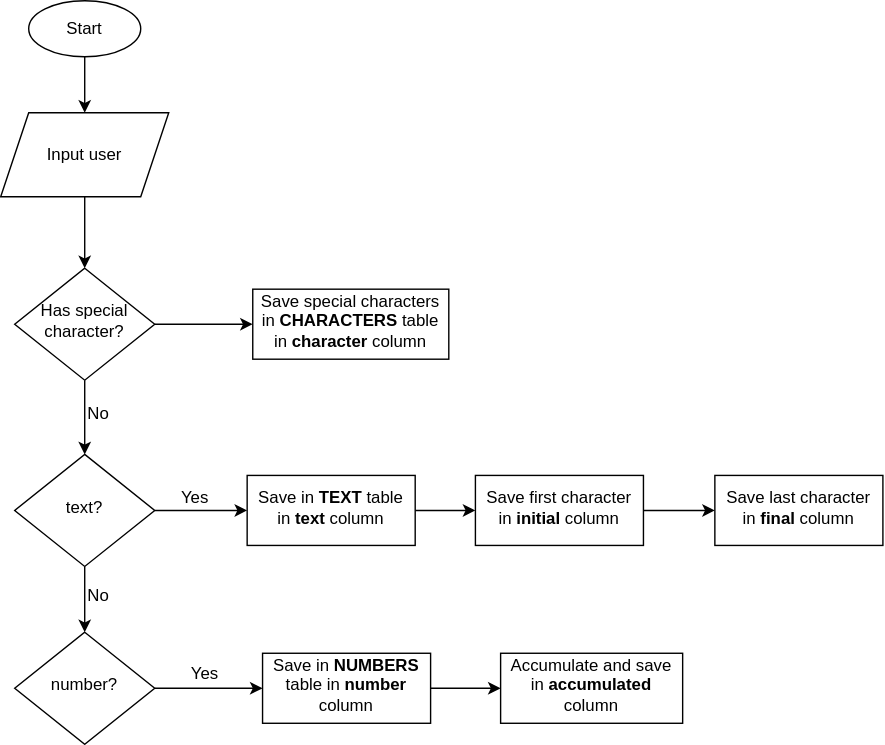
The draw.io diagram apalabrados_flowchart.drawio.svg in isabelyb/apalabrados, before a commit. Source tidied: cells renumbered, new cells last; positions are measured from the earlier drawing's top-left corner, leaving out a move shared by most shapes.
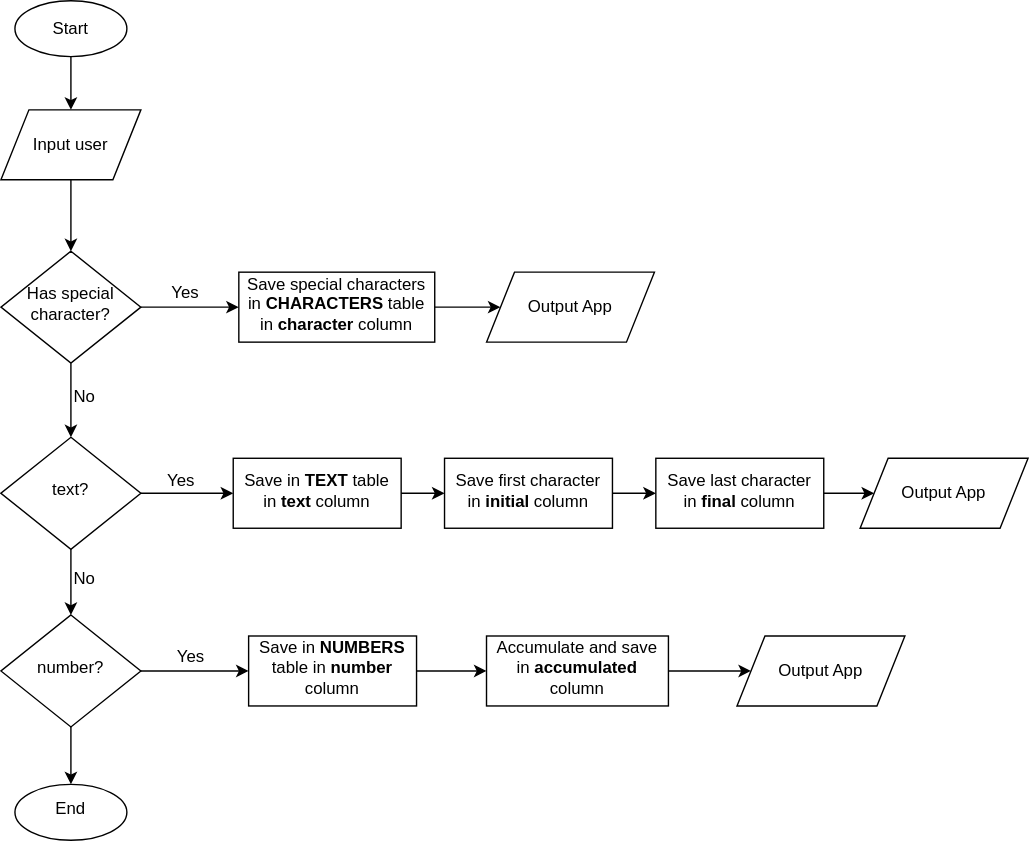
Above is the later version.

Change to the diagram source:
```diff
@@ -2,76 +2,88 @@
   <root>
     <mxCell id="0" />
     <mxCell id="1" parent="0" />
-    <mxCell id="2" style="edgeStyle=orthogonalEdgeStyle;rounded=0;jettySize=auto;html=1;" parent="1" edge="1" source="4" target="11">
-      <mxGeometry relative="1" as="geometry" />
-    </mxCell>
-    <mxCell id="3" style="edgeStyle=orthogonalEdgeStyle;rounded=0;jettySize=auto;html=1;" parent="1" edge="1" source="4" target="26">
-      <mxGeometry relative="1" as="geometry" />
-    </mxCell>
+    <mxCell id="27" value="Output App" style="shape=parallelogram;perimeter=parallelogramPerimeter;whiteSpace=wrap;html=1;fixedSize=1;" parent="1" vertex="1">
+      <mxGeometry x="624" y="339" width="120" height="50" as="geometry" />
+    </mxCell>
+    <mxCell id="28" style="edgeStyle=elbowEdgeStyle;rounded=0;jettySize=auto;html=1;" parent="1" edge="1" source="18" target="27">
+      <mxGeometry relative="1" as="geometry" />
+    </mxCell>
+    <mxCell id="29" value="End" style="ellipse;whiteSpace=wrap;html=1;shadow=0;strokeWidth=1;spacing=6;spacingTop=-4;" parent="1" vertex="1">
+      <mxGeometry x="20" y="572" width="80" height="40" as="geometry" />
+    </mxCell>
     <mxCell id="4" value="&lt;span&gt;Has special character?&lt;/span&gt;" style="rhombus;whiteSpace=wrap;html=1;shadow=0;fontFamily=Helvetica;fontSize=12;align=center;strokeWidth=1;spacing=6;spacingTop=-4;" parent="1" vertex="1">
       <mxGeometry x="10" y="191" width="100" height="80" as="geometry" />
     </mxCell>
     <mxCell id="5" style="edgeStyle=orthogonalEdgeStyle;rounded=0;jettySize=auto;html=1;" parent="1" edge="1" source="6" target="4">
-      <mxGeometry relative="1" as="geometry" />
+      <mxGeometry x="42" y="37" as="geometry" />
     </mxCell>
     <mxCell id="6" value="Input user" style="shape=parallelogram;perimeter=parallelogramPerimeter;whiteSpace=wrap;html=1;fixedSize=1;" parent="1" vertex="1">
-      <mxGeometry y="80" width="120" height="60" as="geometry" />
+      <mxGeometry x="10" y="90" width="100" height="50" as="geometry" />
     </mxCell>
     <mxCell id="7" style="edgeStyle=orthogonalEdgeStyle;rounded=0;jettySize=auto;html=1;" parent="1" edge="1" source="8" target="6">
-      <mxGeometry relative="1" as="geometry" />
+      <mxGeometry x="42" y="37" as="geometry" />
     </mxCell>
     <mxCell id="8" value="Start" style="ellipse;whiteSpace=wrap;html=1;" parent="1" vertex="1">
-      <mxGeometry x="20" width="80" height="40" as="geometry" />
+      <mxGeometry x="20" y="12" width="80" height="40" as="geometry" />
     </mxCell>
-    <mxCell id="9" style="edgeStyle=orthogonalEdgeStyle;rounded=0;jettySize=auto;html=1;" parent="1" edge="1" source="11" target="14">
-      <mxGeometry relative="1" as="geometry" />
-    </mxCell>
     <mxCell id="10" style="edgeStyle=orthogonalEdgeStyle;rounded=0;jettySize=auto;html=1;" parent="1" edge="1" source="11">
-      <mxGeometry relative="1" as="geometry">
+      <mxGeometry x="42" y="37" as="geometry">
         <mxPoint x="60" y="451" as="targetPoint" />
       </mxGeometry>
     </mxCell>
     <mxCell id="11" value="text?" style="rhombus;whiteSpace=wrap;html=1;shadow=0;fontFamily=Helvetica;fontSize=12;align=center;strokeWidth=1;spacing=6;spacingTop=-4;" parent="1" vertex="1">
       <mxGeometry x="10" y="324" width="100" height="80" as="geometry" />
     </mxCell>
+    <mxCell id="2" style="edgeStyle=orthogonalEdgeStyle;rounded=0;jettySize=auto;html=1;" parent="1" edge="1" source="4" target="11">
+      <mxGeometry x="42" y="37" as="geometry" />
+    </mxCell>
     <mxCell id="12" value="No" style="text;html=1;strokeColor=none;fillColor=none;align=center;verticalAlign=middle;whiteSpace=wrap;rounded=0;" parent="1" vertex="1">
       <mxGeometry x="40" y="280" width="60" height="30" as="geometry" />
     </mxCell>
+    <mxCell id="14" value="Save in &lt;b&gt;TEXT&lt;/b&gt;&amp;nbsp;table in &lt;b&gt;text&lt;/b&gt; column" style="whiteSpace=wrap;html=1;shadow=0;strokeWidth=1;spacing=6;spacingTop=-4;" parent="1" vertex="1">
+      <mxGeometry x="176" y="339" width="120" height="50" as="geometry" />
+    </mxCell>
+    <mxCell id="9" style="edgeStyle=orthogonalEdgeStyle;rounded=0;jettySize=auto;html=1;" parent="1" edge="1" source="11" target="14">
+      <mxGeometry x="42" y="37" as="geometry" />
+    </mxCell>
+    <mxCell id="15" value="Yes" style="text;html=1;strokeColor=none;fillColor=none;align=center;verticalAlign=middle;whiteSpace=wrap;rounded=0;" parent="1" vertex="1">
+      <mxGeometry x="109" y="340" width="60" height="30" as="geometry" />
+    </mxCell>
+    <mxCell id="17" value="Save first character in &lt;b&gt;initial&lt;/b&gt; column" style="whiteSpace=wrap;html=1;shadow=0;strokeWidth=1;spacing=6;spacingTop=-4;" parent="1" vertex="1">
+      <mxGeometry x="327" y="339" width="120" height="50" as="geometry" />
+    </mxCell>
     <mxCell id="13" style="edgeStyle=orthogonalEdgeStyle;rounded=0;jettySize=auto;html=1;" parent="1" edge="1" source="14" target="17">
-      <mxGeometry relative="1" as="geometry" />
+      <mxGeometry x="42" y="37" as="geometry" />
     </mxCell>
-    <mxCell id="14" value="Save in &lt;b&gt;TEXT&lt;/b&gt;&amp;nbsp;table in &lt;b&gt;text&lt;/b&gt; column" style="whiteSpace=wrap;html=1;shadow=0;strokeWidth=1;spacing=6;spacingTop=-4;" parent="1" vertex="1">
-      <mxGeometry x="176" y="339" width="120" height="50" as="geometry" />
-    </mxCell>
-    <mxCell id="15" value="Yes" style="text;html=1;strokeColor=none;fillColor=none;align=center;verticalAlign=middle;whiteSpace=wrap;rounded=0;" parent="1" vertex="1">
-      <mxGeometry x="109" y="340" width="60" height="30" as="geometry" />
-    </mxCell>
+    <mxCell id="18" value="Save last character in &lt;b&gt;final&lt;/b&gt; column" style="whiteSpace=wrap;html=1;shadow=0;strokeWidth=1;spacing=6;spacingTop=-4;" parent="1" vertex="1">
+      <mxGeometry x="478" y="339" width="120" height="50" as="geometry" />
+    </mxCell>
     <mxCell id="16" style="edgeStyle=orthogonalEdgeStyle;rounded=0;jettySize=auto;html=1;" parent="1" edge="1" source="17" target="18">
-      <mxGeometry relative="1" as="geometry" />
+      <mxGeometry x="42" y="37" as="geometry" />
     </mxCell>
-    <mxCell id="17" value="Save first character in &lt;b&gt;initial&lt;/b&gt; column" style="whiteSpace=wrap;html=1;shadow=0;strokeWidth=1;spacing=6;spacingTop=-4;" parent="1" vertex="1">
-      <mxGeometry x="339" y="339" width="120" height="50" as="geometry" />
-    </mxCell>
-    <mxCell id="18" value="Save last character in &lt;b&gt;final&lt;/b&gt; column" style="whiteSpace=wrap;html=1;shadow=0;strokeWidth=1;spacing=6;spacingTop=-4;" parent="1" vertex="1">
-      <mxGeometry x="510" y="339" width="120" height="50" as="geometry" />
-    </mxCell>
-    <mxCell id="19" style="edgeStyle=orthogonalEdgeStyle;rounded=0;jettySize=auto;html=1;" parent="1" edge="1" source="20" target="21">
-      <mxGeometry relative="1" as="geometry" />
-    </mxCell>
+    <mxCell id="30" style="edgeStyle=elbowEdgeStyle;rounded=0;jettySize=auto;html=1;" parent="1" edge="1" source="20" target="29">
+      <mxGeometry relative="1" as="geometry" />
+    </mxCell>
     <mxCell id="20" value="number?" style="rhombus;whiteSpace=wrap;html=1;shadow=0;fontFamily=Helvetica;fontSize=12;align=center;strokeWidth=1;spacing=6;spacingTop=-4;" parent="1" vertex="1">
       <mxGeometry x="10" y="451" width="100" height="80" as="geometry" />
     </mxCell>
     <mxCell id="21" value="Save in &lt;b&gt;NUMBERS&lt;/b&gt; table in &lt;b&gt;number&lt;/b&gt; column" style="whiteSpace=wrap;html=1;shadow=0;strokeWidth=1;spacing=6;spacingTop=-4;" parent="1" vertex="1">
       <mxGeometry x="187" y="466" width="120" height="50" as="geometry" />
     </mxCell>
+    <mxCell id="19" style="edgeStyle=orthogonalEdgeStyle;rounded=0;jettySize=auto;html=1;" parent="1" edge="1" source="20" target="21">
+      <mxGeometry x="42" y="37" as="geometry" />
+    </mxCell>
     <mxCell id="22" value="Yes" style="text;html=1;strokeColor=none;fillColor=none;align=center;verticalAlign=middle;whiteSpace=wrap;rounded=0;" parent="1" vertex="1">
       <mxGeometry x="116" y="466" width="60" height="30" as="geometry" />
     </mxCell>
+    <mxCell id="31" style="edgeStyle=elbowEdgeStyle;rounded=0;jettySize=auto;html=1;" parent="1" edge="1" source="23" target="35">
+      <mxGeometry x="42" y="37" as="geometry" />
+    </mxCell>
     <mxCell id="23" value="Accumulate and save in &lt;b&gt;accumulated&lt;/b&gt; column" style="whiteSpace=wrap;html=1;shadow=0;strokeWidth=1;spacing=6;spacingTop=-4;" parent="1" vertex="1">
       <mxGeometry x="357" y="466" width="130" height="50" as="geometry" />
     </mxCell>
     <mxCell id="24" style="edgeStyle=orthogonalEdgeStyle;rounded=0;jettySize=auto;html=1;" parent="1" edge="1" source="21" target="23">
-      <mxGeometry x="280" y="456" as="geometry" />
+      <mxGeometry x="154" y="491" as="geometry" />
     </mxCell>
     <mxCell id="25" value="No" style="text;html=1;strokeColor=none;fillColor=none;align=center;verticalAlign=middle;whiteSpace=wrap;rounded=0;" parent="1" vertex="1">
       <mxGeometry x="40" y="410" width="60" height="30" as="geometry" />
@@ -79,5 +91,20 @@
     <mxCell id="26" value="Save special characters in&amp;nbsp;&lt;b&gt;CHARACTERS&lt;/b&gt;&amp;nbsp;table in&amp;nbsp;&lt;b&gt;character&lt;/b&gt;&amp;nbsp;column" style="whiteSpace=wrap;html=1;shadow=0;strokeWidth=1;spacing=6;spacingTop=-4;" parent="1" vertex="1">
       <mxGeometry x="180" y="206" width="140" height="50" as="geometry" />
     </mxCell>
+    <mxCell id="3" style="edgeStyle=orthogonalEdgeStyle;rounded=0;jettySize=auto;html=1;" parent="1" edge="1" source="4" target="26">
+      <mxGeometry x="42" y="37" as="geometry" />
+    </mxCell>
+    <mxCell id="32" value="Yes" style="text;html=1;strokeColor=none;fillColor=none;align=center;verticalAlign=middle;whiteSpace=wrap;rounded=0;" parent="1" vertex="1">
+      <mxGeometry x="112" y="206" width="60" height="30" as="geometry" />
+    </mxCell>
+    <mxCell id="33" value="Output App" style="shape=parallelogram;perimeter=parallelogramPerimeter;whiteSpace=wrap;html=1;fixedSize=1;" parent="1" vertex="1">
+      <mxGeometry x="357" y="206" width="120" height="50" as="geometry" />
+    </mxCell>
+    <mxCell id="34" style="edgeStyle=elbowEdgeStyle;rounded=0;jettySize=auto;html=1;" parent="1" edge="1" source="26" target="33">
+      <mxGeometry x="42" y="37" as="geometry" />
+    </mxCell>
+    <mxCell id="35" value="Output App" style="shape=parallelogram;perimeter=parallelogramPerimeter;whiteSpace=wrap;html=1;fixedSize=1;" parent="1" vertex="1">
+      <mxGeometry x="536" y="466" width="120" height="50" as="geometry" />
+    </mxCell>
   </root>
 </mxGraphModel>
```
